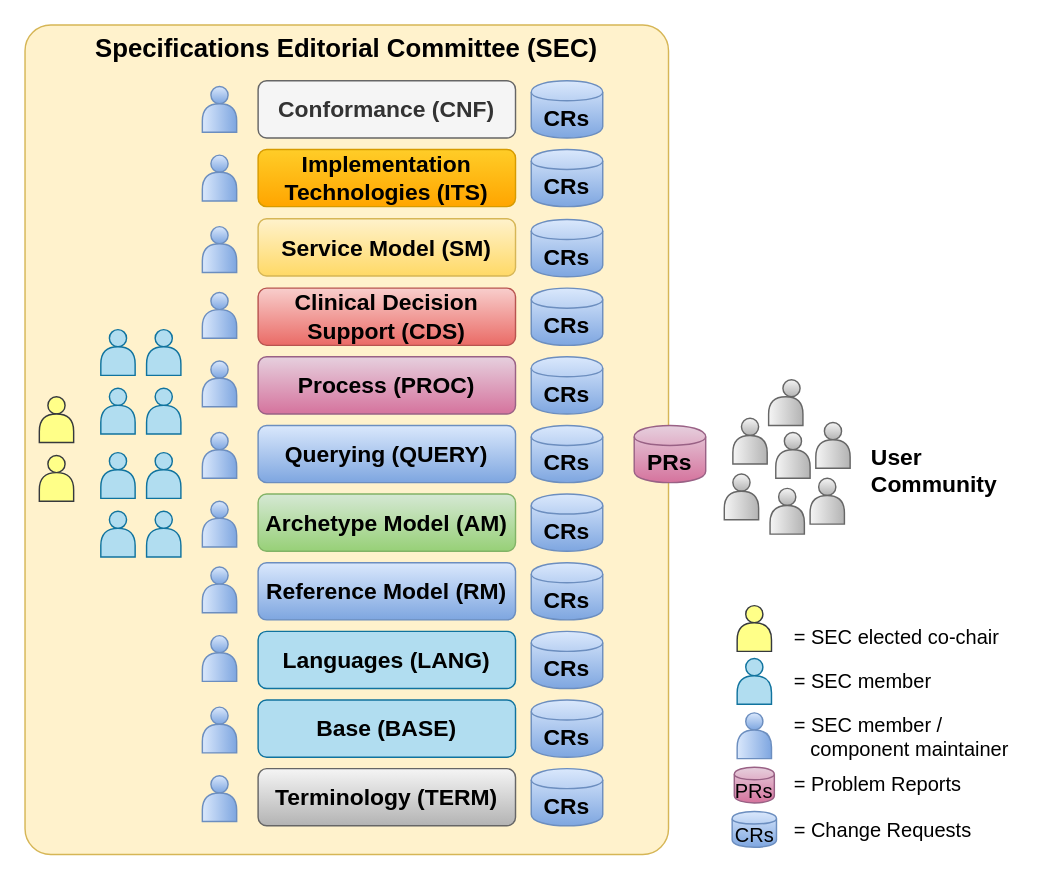
Before: docs/governance/diagrams/sec_component_mgt.drawio in openEHR/specifications-AA_GLOBAL, a draw.io diagram. Source tidied: cells renumbered, new cells numbered last; positions are measured from the earlier drawing's top-left corner, leaving out a move shared by most shapes. Both pictures are drawn from the tidied source at 143%, with x=0, y=0 at pixel (24, 24).
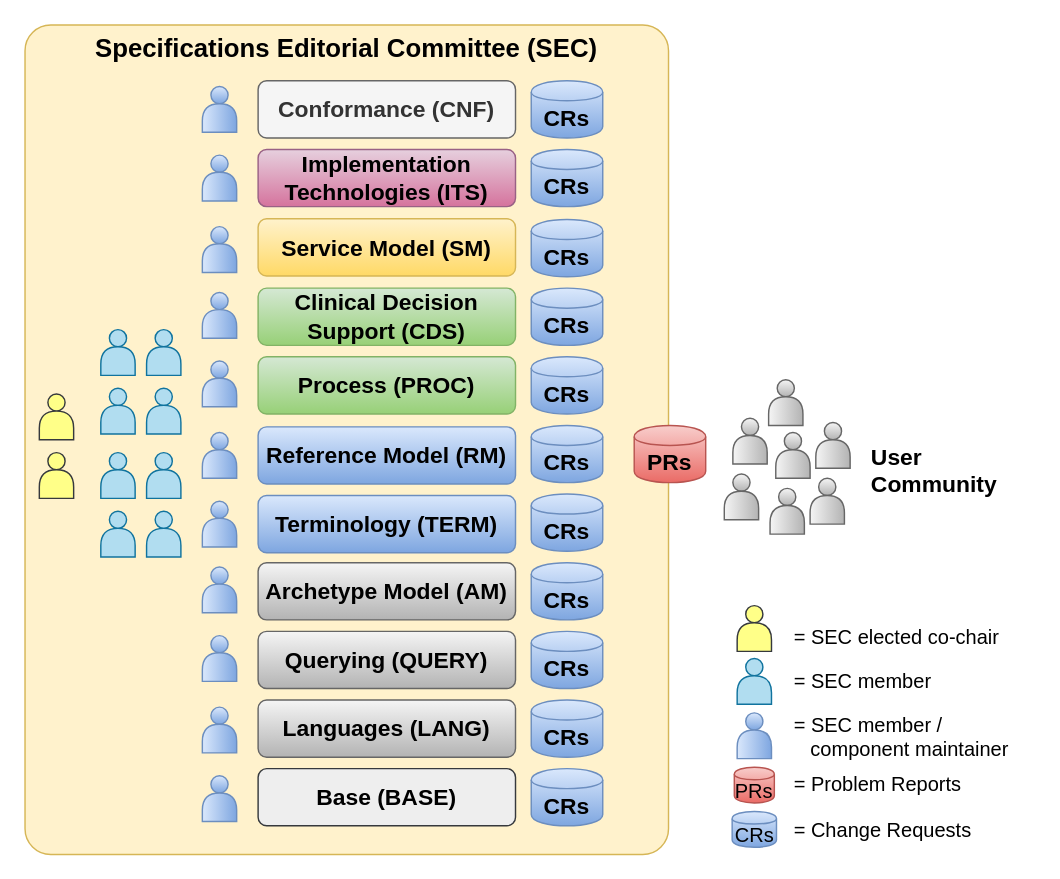
The same page after the edit.

Commit message (it also covers changes not shown here):
Update specifications program governance diagram.

Change to the diagram source:
```diff
@@
-    <mxCell id="5" value="Implementation Technologies (ITS)" style="rounded=1;whiteSpace=wrap;html=1;shadow=0;glass=0;comic=0;fontSize=16;fillColor=#ffcd28;strokeColor=#d79b00;gradientColor=#ffa500;fontStyle=1;" parent="1" vertex="1">
+    <mxCell id="5" value="Implementation Technologies (ITS)" style="rounded=1;whiteSpace=wrap;html=1;shadow=0;glass=0;comic=0;fontSize=16;fillColor=#e6d0de;strokeColor=#996185;gradientColor=#d5739d;fontStyle=1;" parent="1" vertex="1">
       <mxGeometry x="163" y="87" width="180" height="40" as="geometry" />
     </mxCell>
@@
-    <mxCell id="7" value="Clinical Decision Support (CDS)" style="rounded=1;whiteSpace=wrap;html=1;shadow=0;glass=0;comic=0;fontSize=16;fillColor=#f8cecc;strokeColor=#b85450;gradientColor=#ea6b66;fontStyle=1;" parent="1" vertex="1">
+    <mxCell id="7" value="Clinical Decision Support (CDS)" style="rounded=1;whiteSpace=wrap;html=1;shadow=0;glass=0;comic=0;fontSize=16;fillColor=#d5e8d4;strokeColor=#82b366;gradientColor=#97d077;fontStyle=1;" parent="1" vertex="1">
       <mxGeometry x="163" y="184" width="180" height="40" as="geometry" />
     </mxCell>
@@
-    <mxCell id="9" value="Process (PROC)" style="rounded=1;whiteSpace=wrap;html=1;shadow=0;glass=0;comic=0;fontSize=16;fillColor=#e6d0de;strokeColor=#996185;gradientColor=#d5739d;fontStyle=1;" parent="1" vertex="1">
+    <mxCell id="9" value="Process (PROC)" style="rounded=1;whiteSpace=wrap;html=1;shadow=0;glass=0;comic=0;fontSize=16;fillColor=#d5e8d4;strokeColor=#82b366;gradientColor=#97d077;fontStyle=1;" parent="1" vertex="1">
       <mxGeometry x="163" y="232" width="180" height="40" as="geometry" />
     </mxCell>
@@
-    <mxCell id="11" value="Querying (QUERY)" style="rounded=1;whiteSpace=wrap;html=1;shadow=0;glass=0;comic=0;fontSize=16;fillColor=#dae8fc;strokeColor=#6c8ebf;gradientColor=#7ea6e0;fontStyle=1;" parent="1" vertex="1">
-      <mxGeometry x="163" y="280" width="180" height="40" as="geometry" />
+    <mxCell id="11" value="Querying (QUERY)" style="rounded=1;whiteSpace=wrap;html=1;shadow=0;glass=0;comic=0;fontSize=16;fillColor=#f5f5f5;strokeColor=#666666;gradientColor=#b3b3b3;fontStyle=1;" parent="1" vertex="1">
+      <mxGeometry x="163" y="424" width="180" height="40" as="geometry" />
     </mxCell>
@@
-    <mxCell id="15" value="Archetype Model (AM)" style="rounded=1;whiteSpace=wrap;html=1;shadow=0;glass=0;comic=0;fontSize=16;fillColor=#d5e8d4;strokeColor=#82b366;gradientColor=#97d077;fontStyle=1;" parent="1" vertex="1">
-      <mxGeometry x="163" y="328" width="180" height="40" as="geometry" />
+    <mxCell id="15" value="Archetype Model (AM)" style="rounded=1;whiteSpace=wrap;html=1;shadow=0;glass=0;comic=0;fontSize=16;fillColor=#f5f5f5;strokeColor=#666666;gradientColor=#b3b3b3;fontStyle=1;" parent="1" vertex="1">
+      <mxGeometry x="163" y="376" width="180" height="40" as="geometry" />
     </mxCell>
@@
-    <mxCell id="17" value="Reference Model (RM)" style="rounded=1;whiteSpace=wrap;html=1;shadow=0;glass=0;comic=0;fontSize=16;fillColor=#dae8fc;strokeColor=#6c8ebf;gradientColor=#7ea6e0;fontStyle=1;" parent="1" vertex="1">
-      <mxGeometry x="163" y="376" width="180" height="40" as="geometry" />
+    <mxCell id="17" value="Reference Model (RM)" style="rounded=1;whiteSpace=wrap;html=1;shadow=0;glass=0;comic=0;fontSize=16;fillColor=#dae8fc;strokeColor=#6c8ebf;fontStyle=1;gradientColor=#7ea6e0;" parent="1" vertex="1">
+      <mxGeometry x="163" y="281" width="180" height="40" as="geometry" />
     </mxCell>
@@
-    <mxCell id="19" value="Languages (LANG)" style="rounded=1;whiteSpace=wrap;html=1;shadow=0;glass=0;comic=0;fontSize=16;fillColor=#b1ddf0;strokeColor=#10739e;fontStyle=1;" parent="1" vertex="1">
-      <mxGeometry x="163" y="424" width="180" height="40" as="geometry" />
+    <mxCell id="19" value="Languages (LANG)" style="rounded=1;whiteSpace=wrap;html=1;shadow=0;glass=0;comic=0;fontSize=16;fillColor=#f5f5f5;strokeColor=#666666;fontStyle=1;gradientColor=#b3b3b3;" parent="1" vertex="1">
+      <mxGeometry x="163" y="472" width="180" height="40" as="geometry" />
     </mxCell>
@@
-    <mxCell id="21" value="Base (BASE)" style="rounded=1;whiteSpace=wrap;html=1;shadow=0;glass=0;comic=0;fontSize=16;fillColor=#b1ddf0;strokeColor=#10739e;fontStyle=1;" parent="1" vertex="1">
-      <mxGeometry x="163" y="472" width="180" height="40" as="geometry" />
+    <mxCell id="21" value="Base (BASE)" style="rounded=1;whiteSpace=wrap;html=1;shadow=0;glass=0;comic=0;fontSize=16;fillColor=#eeeeee;strokeColor=#36393d;fontStyle=1;" parent="1" vertex="1">
+      <mxGeometry x="163" y="520" width="180" height="40" as="geometry" />
     </mxCell>
@@
-    <mxCell id="23" value="Terminology (TERM)" style="rounded=1;whiteSpace=wrap;html=1;shadow=0;glass=0;comic=0;fontSize=16;fillColor=#f5f5f5;strokeColor=#666666;gradientColor=#b3b3b3;fontStyle=1;" parent="1" vertex="1">
-      <mxGeometry x="163" y="520" width="180" height="40" as="geometry" />
+    <mxCell id="23" value="Terminology (TERM)" style="rounded=1;whiteSpace=wrap;html=1;shadow=0;glass=0;comic=0;fontSize=16;fillColor=#dae8fc;strokeColor=#6c8ebf;fontStyle=1;gradientColor=#7ea6e0;" parent="1" vertex="1">
+      <mxGeometry x="163" y="329" width="180" height="40" as="geometry" />
     </mxCell>
@@
     <mxCell id="63" style="ellipse;whiteSpace=wrap;html=1;rounded=1;shadow=0;glass=0;comic=0;fontSize=16;fillColor=#ffff88;strokeColor=#36393d;" parent="1" vertex="1">
-      <mxGeometry x="16" y="260" width="12" height="12" as="geometry" />
+      <mxGeometry x="16" y="258" width="12" height="12" as="geometry" />
     </mxCell>
     <mxCell id="64" style="shape=delay;whiteSpace=wrap;html=1;rounded=1;shadow=0;glass=0;comic=0;fontSize=16;rotation=-90;fillColor=#ffff88;strokeColor=#36393d;" parent="1" vertex="1">
-      <mxGeometry x="12" y="270" width="20" height="24" as="geometry" />
+      <mxGeometry x="12" y="268" width="20" height="24" as="geometry" />
     </mxCell>
     <mxCell id="65" style="ellipse;whiteSpace=wrap;html=1;rounded=1;shadow=0;glass=0;comic=0;fontSize=16;fillColor=#ffff88;strokeColor=#36393d;" parent="1" vertex="1">
-      <mxGeometry x="16" y="301" width="12" height="12" as="geometry" />
+      <mxGeometry x="16" y="299" width="12" height="12" as="geometry" />
     </mxCell>
     <mxCell id="66" style="shape=delay;whiteSpace=wrap;html=1;rounded=1;shadow=0;glass=0;comic=0;fontSize=16;rotation=-90;fillColor=#ffff88;strokeColor=#36393d;" parent="1" vertex="1">
-      <mxGeometry x="12" y="311" width="20" height="24" as="geometry" />
+      <mxGeometry x="12" y="309" width="20" height="24" as="geometry" />
     </mxCell>
-    <mxCell id="67" value="PRs" style="shape=cylinder;whiteSpace=wrap;html=1;boundedLbl=1;backgroundOutline=1;rounded=1;shadow=0;glass=0;comic=0;fontSize=16;fontStyle=1;fillColor=#e6d0de;strokeColor=#996185;gradientColor=#d5739d;" parent="1" vertex="1">
+    <mxCell id="67" value="PRs" style="shape=cylinder;whiteSpace=wrap;html=1;boundedLbl=1;backgroundOutline=1;rounded=1;shadow=0;glass=0;comic=0;fontSize=16;fontStyle=1;fillColor=#f8cecc;strokeColor=#b85450;gradientColor=#ea6b66;" parent="1" vertex="1">
       <mxGeometry x="426" y="280" width="50" height="40" as="geometry" />
     </mxCell>
@@
     <mxCell id="76" style="ellipse;whiteSpace=wrap;html=1;rounded=1;shadow=0;glass=0;comic=0;fontSize=16;fillColor=#f5f5f5;strokeColor=#666666;gradientColor=#b3b3b3;" parent="1" vertex="1">
-      <mxGeometry x="530" y="248" width="12" height="12" as="geometry" />
+      <mxGeometry x="526" y="248" width="12" height="12" as="geometry" />
     </mxCell>
@@
-    <mxCell id="90" value="PRs" style="shape=cylinder;whiteSpace=wrap;html=1;boundedLbl=1;backgroundOutline=1;rounded=1;shadow=0;glass=0;comic=0;fontSize=14;fontStyle=0;fillColor=#e6d0de;strokeColor=#996185;gradientColor=#d5739d;" parent="1" vertex="1">
+    <mxCell id="90" value="PRs" style="shape=cylinder;whiteSpace=wrap;html=1;boundedLbl=1;backgroundOutline=1;rounded=1;shadow=0;glass=0;comic=0;fontSize=14;fontStyle=0;fillColor=#f8cecc;strokeColor=#b85450;gradientColor=#ea6b66;" parent="1" vertex="1">
       <mxGeometry x="496" y="519" width="28" height="25" as="geometry" />
     </mxCell>
```
